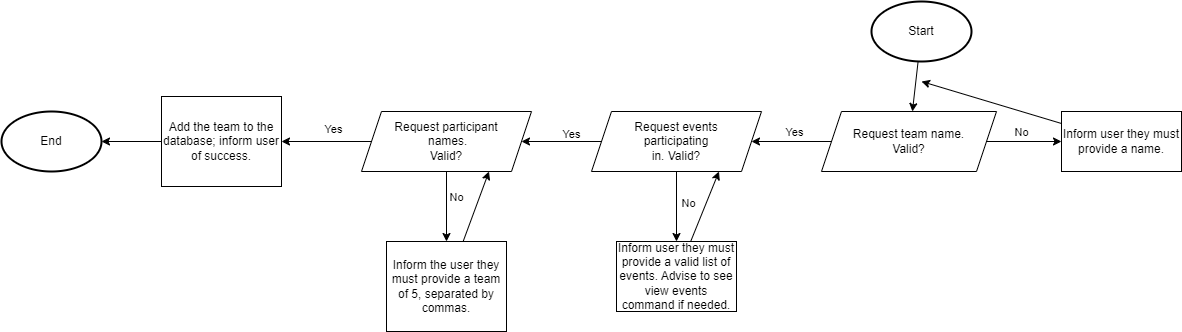
Above: flowcharts/addteam.drawio.png in iiRealisticDev/unit4tournamentapp (draw.io), before the change. Source tidied: cells renumbered, new cells last; positions are measured from the earlier drawing's top-left corner, leaving out a move shared by most shapes.
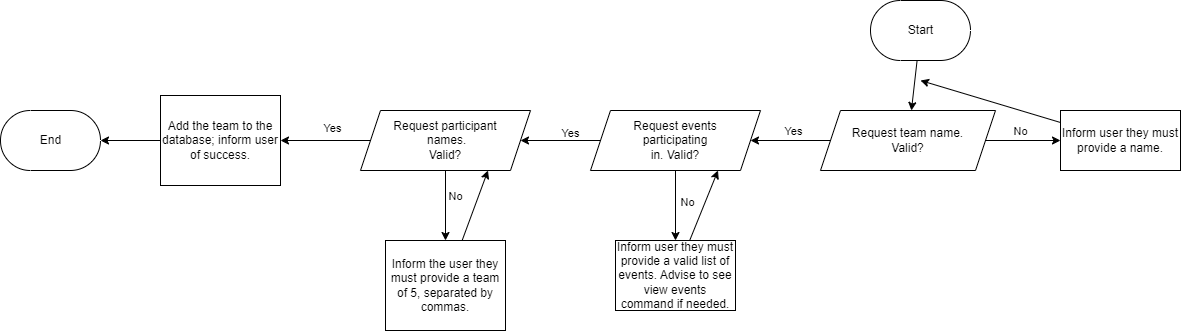
Later version of the same file.

Change to the diagram source:
```diff
@@ -5,7 +5,7 @@
     <mxCell id="2" style="edgeStyle=none;html=1;" parent="1" edge="1" source="3" target="8">
       <mxGeometry relative="1" as="geometry" />
     </mxCell>
-    <mxCell id="3" value="Start" style="strokeWidth=2;html=1;shape=mxgraph.flowchart.start_1;whiteSpace=wrap;" parent="1" vertex="1">
+    <mxCell id="3" value="Start" style="html=1;dashed=0;whitespace=wrap;shape=mxgraph.dfd.start;strokeColor=default;fontFamily=Helvetica;fontSize=12;fontColor=default;fillColor=default;" parent="1" vertex="1">
       <mxGeometry x="870" width="100" height="60" as="geometry" />
     </mxCell>
     <mxCell id="4" style="edgeStyle=none;html=1;" parent="1" edge="1" source="8" target="15">
@@ -91,7 +91,7 @@
     <mxCell id="26" value="Add the team to the database; inform user of success." style="rounded=0;whiteSpace=wrap;html=1;" parent="1" vertex="1">
       <mxGeometry x="160" y="95" width="120" height="90" as="geometry" />
     </mxCell>
-    <mxCell id="27" value="End" style="strokeWidth=2;html=1;shape=mxgraph.flowchart.start_1;whiteSpace=wrap;" parent="1" vertex="1">
+    <mxCell id="27" value="End" style="html=1;dashed=0;whitespace=wrap;shape=mxgraph.dfd.start;strokeColor=default;fontFamily=Helvetica;fontSize=12;fontColor=default;fillColor=default;" parent="1" vertex="1">
       <mxGeometry y="110" width="100" height="60" as="geometry" />
     </mxCell>
   </root>
```
